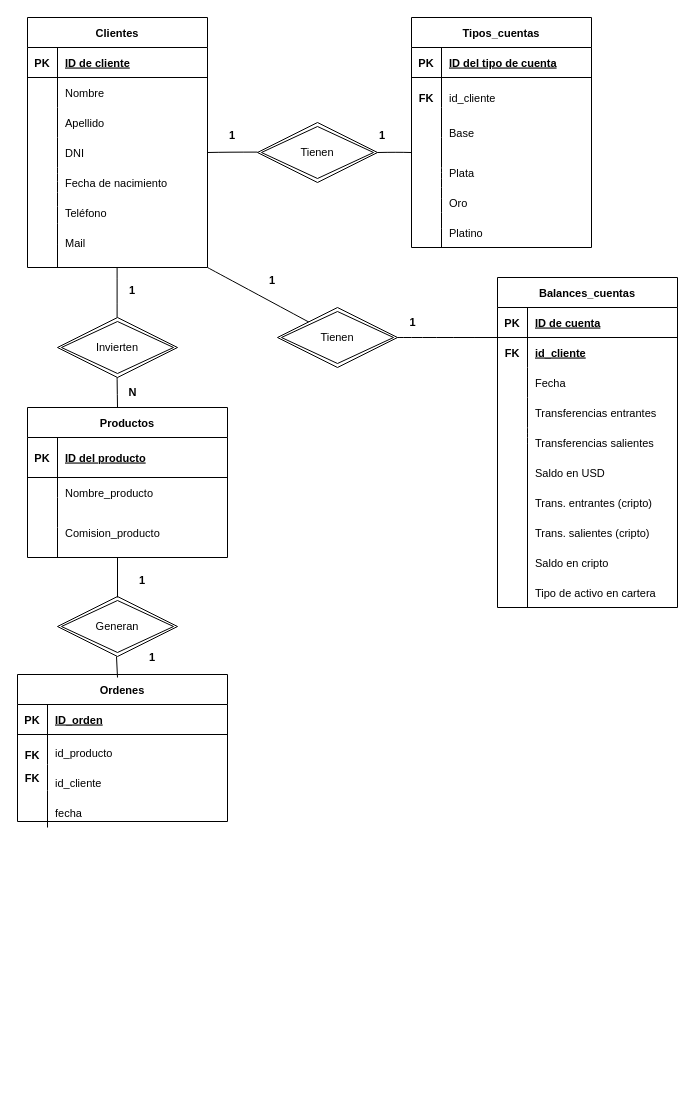
This is Hendel Sarmientoperez DER(2).drawio from chendel00/Curso-SQL-Coder, a draw.io file, before an edit. Source tidied: cells renumbered, new cells numbered last; positions are measured from the earlier drawing's top-left corner, leaving out a move shared by most shapes. Both pictures are drawn from the tidied source at 100%, with x=0, y=0 at pixel (17, 17).
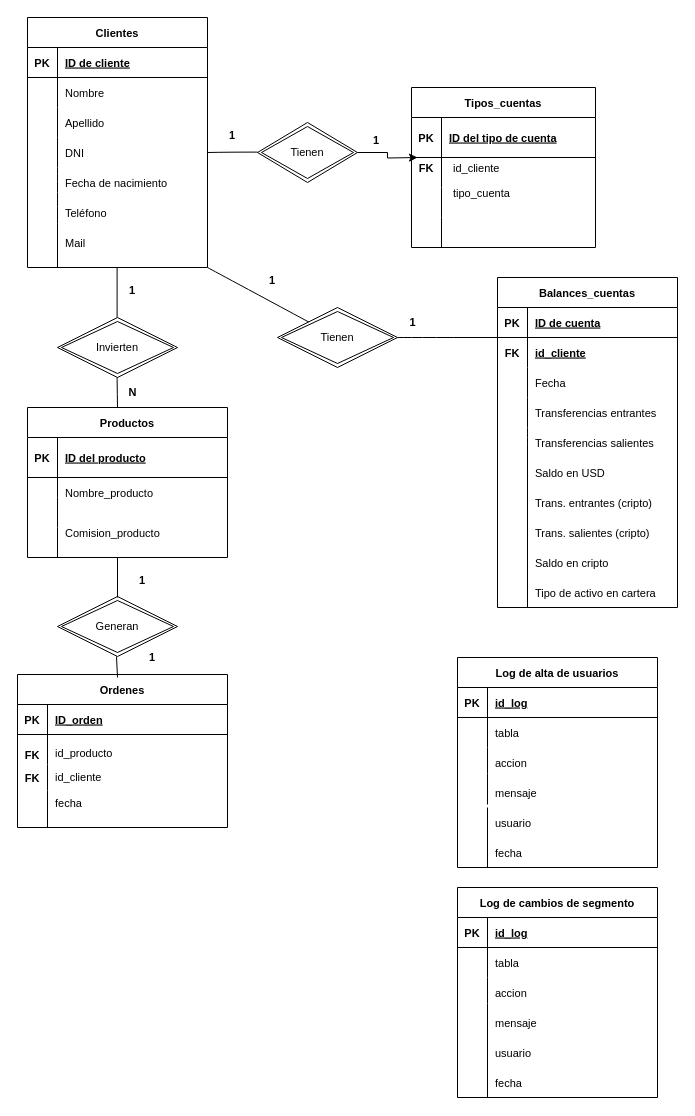
The same page after the edit.

Diff of the diagram source:
```diff
@@
+    <mxCell id="117" style="edgeStyle=orthogonalEdgeStyle;rounded=0;jettySize=auto;html=1;" parent="1" edge="1" source="20">
+      <mxGeometry relative="1" as="geometry">
+        <mxPoint x="400" y="140" as="targetPoint" />
+      </mxGeometry>
+    </mxCell>
     <mxCell id="20" value="Tienen" style="shape=rhombus;double=1;perimeter=rhombusPerimeter;whiteSpace=wrap;html=1;align=center;fontSize=11;" parent="1" vertex="1">
-      <mxGeometry x="240" y="105" width="120" height="60" as="geometry" />
+      <mxGeometry x="240" y="105" width="100" height="60" as="geometry" />
     </mxCell>
@@
-    <mxCell id="22" style="endArrow=none;html=1;rounded=0;fontSize=11;startSize=14;endSize=14;curved=1;exitX=1;exitY=0.5;exitDx=0;exitDy=0;entryX=0;entryY=0.5;entryDx=0;entryDy=0;" parent="1" edge="1">
-      <mxGeometry relative="1" as="geometry">
-        <mxPoint x="360" y="135" as="sourcePoint" />
-        <mxPoint x="393.5" y="135" as="targetPoint" />
-        <Array as="points">
-          <mxPoint x="380" y="134.6" />
-        </Array>
-      </mxGeometry>
-    </mxCell>
     <mxCell id="23" value="Tipos_cuentas" style="shape=table;startSize=30;childLayout=tableLayout;rowLines=0;fontStyle=1;align=center;fontSize=11;" parent="1" vertex="1">
-      <mxGeometry x="394" width="180" height="230" as="geometry" />
+      <mxGeometry x="394" y="70" width="184" height="160" as="geometry" />
     </mxCell>
     <mxCell id="24" style="shape=tableRow;horizontal=0;startSize=0;swimlaneHead=0;swimlaneBody=0;fillColor=none;top=0;left=0;right=0;bottom=1;fontSize=11;" parent="23" vertex="1">
-      <mxGeometry y="30" width="180" height="30" as="geometry" />
+      <mxGeometry y="30" width="184" height="40" as="geometry" />
     </mxCell>
     <mxCell id="25" value="PK" style="shape=partialRectangle;fillColor=none;top=0;left=0;bottom=0;right=0;fontStyle=1;overflow=hidden;fontSize=11;" parent="24" vertex="1">
-      <mxGeometry width="30" height="30" as="geometry" />
+      <mxGeometry width="30" height="40" as="geometry" />
     </mxCell>
     <mxCell id="26" value="ID del tipo de cuenta" style="shape=partialRectangle;fillColor=none;top=0;left=0;bottom=0;right=0;align=left;spacingLeft=6;fontStyle=5;overflow=hidden;fontSize=11;" parent="24" vertex="1">
-      <mxGeometry x="30" width="150" height="30" as="geometry" />
+      <mxGeometry x="30" width="154" height="40" as="geometry" />
     </mxCell>
     <mxCell id="27" style="shape=tableRow;horizontal=0;startSize=0;swimlaneHead=0;swimlaneBody=0;fillColor=none;top=0;left=0;right=0;bottom=0;fontSize=11;" parent="23" vertex="1">
-      <mxGeometry y="60" width="180" height="30" as="geometry" />
+      <mxGeometry y="70" width="184" height="30" as="geometry" />
     </mxCell>
@@
     <mxCell id="29" style="shape=partialRectangle;fillColor=none;top=0;left=0;bottom=0;right=0;align=left;spacingLeft=6;overflow=hidden;fontSize=11;" parent="27" vertex="1">
-      <mxGeometry x="30" width="150" height="30" as="geometry" />
+      <mxGeometry x="30" width="154" height="30" as="geometry" />
     </mxCell>
     <mxCell id="30" style="shape=tableRow;horizontal=0;startSize=0;swimlaneHead=0;swimlaneBody=0;fillColor=none;top=0;left=0;right=0;bottom=0;fontSize=11;" parent="23" vertex="1">
-      <mxGeometry y="90" width="180" height="30" as="geometry" />
+      <mxGeometry y="100" width="184" height="30" as="geometry" />
     </mxCell>
@@
     <mxCell id="32" style="shape=partialRectangle;fillColor=none;top=0;left=0;bottom=0;right=0;align=left;spacingLeft=6;overflow=hidden;fontSize=11;" parent="30" vertex="1">
-      <mxGeometry x="30" width="150" height="30" as="geometry" />
+      <mxGeometry x="30" width="154" height="30" as="geometry" />
     </mxCell>
     <mxCell id="33" style="shape=tableRow;horizontal=0;startSize=0;swimlaneHead=0;swimlaneBody=0;fillColor=none;top=0;left=0;right=0;bottom=0;fontSize=11;" parent="23" vertex="1">
-      <mxGeometry y="120" width="180" height="30" as="geometry" />
+      <mxGeometry y="130" width="184" height="30" as="geometry" />
     </mxCell>
@@
     <mxCell id="35" style="shape=partialRectangle;fillColor=none;top=0;left=0;bottom=0;right=0;align=left;spacingLeft=6;overflow=hidden;fontSize=11;" parent="33" vertex="1">
-      <mxGeometry x="30" width="150" height="30" as="geometry" />
+      <mxGeometry x="30" width="154" height="30" as="geometry" />
     </mxCell>
-    <mxCell id="36" style="endArrow=none;html=1;rounded=0;fontSize=11;startSize=14;endSize=14;curved=1;" parent="1" edge="1">
-      <mxGeometry relative="1" as="geometry">
-        <mxPoint x="424" y="150" as="sourcePoint" />
-        <mxPoint x="424" y="230" as="targetPoint" />
-      </mxGeometry>
-    </mxCell>
@@
-    <mxCell id="38" value="Platino" style="shape=partialRectangle;fillColor=none;top=0;left=0;bottom=0;right=0;align=left;spacingLeft=6;overflow=hidden;fontSize=11;" parent="1" vertex="1">
-      <mxGeometry x="424" y="200" width="150" height="30" as="geometry" />
-    </mxCell>
@@
-    <mxCell id="77" value="&lt;b&gt;1&lt;/b&gt;" style="text;whiteSpace=wrap;html=1;fontSize=11;" parent="1" vertex="1">
-      <mxGeometry x="360" y="105" width="40" height="40" as="geometry" />
-    </mxCell>
@@
-    <mxCell id="83" value="Oro" style="shape=partialRectangle;fillColor=none;top=0;left=0;bottom=0;right=0;align=left;spacingLeft=6;overflow=hidden;fontSize=11;" parent="1" vertex="1">
-      <mxGeometry x="424" y="170" width="150" height="30" as="geometry" />
-    </mxCell>
-    <mxCell id="84" value="Plata" style="shape=partialRectangle;fillColor=none;top=0;left=0;bottom=0;right=0;align=left;spacingLeft=6;overflow=hidden;fontSize=11;" parent="1" vertex="1">
-      <mxGeometry x="424" y="140" width="150" height="30" as="geometry" />
-    </mxCell>
-    <mxCell id="85" value="Base" style="shape=partialRectangle;fillColor=none;top=0;left=0;bottom=0;right=0;align=left;spacingLeft=6;overflow=hidden;fontSize=11;" parent="1" vertex="1">
-      <mxGeometry x="424" y="100" width="150" height="30" as="geometry" />
+    <mxCell id="85" value="tipo_cuenta" style="shape=partialRectangle;fillColor=none;top=0;left=0;bottom=0;right=0;align=left;spacingLeft=6;overflow=hidden;fontSize=11;" parent="1" vertex="1">
+      <mxGeometry x="428" y="160" width="150" height="30" as="geometry" />
     </mxCell>
     <mxCell id="86" value="FK" style="shape=partialRectangle;fillColor=none;top=0;left=0;bottom=0;right=0;fontStyle=1;overflow=hidden;fontSize=11;" parent="1" vertex="1">
-      <mxGeometry x="394" y="65" width="30" height="30" as="geometry" />
+      <mxGeometry x="394" y="135" width="30" height="30" as="geometry" />
     </mxCell>
     <mxCell id="87" value="id_cliente" style="shape=partialRectangle;fillColor=none;top=0;left=0;bottom=0;right=0;align=left;spacingLeft=6;overflow=hidden;fontSize=11;" parent="1" vertex="1">
-      <mxGeometry x="424" y="65" width="150" height="30" as="geometry" />
+      <mxGeometry x="428" y="135" width="150" height="30" as="geometry" />
     </mxCell>
@@
     <mxCell id="96" value="Ordenes" style="shape=table;startSize=30;childLayout=tableLayout;rowLines=0;fontStyle=1;align=center;fontSize=11;" parent="1" vertex="1">
-      <mxGeometry y="657" width="210" height="147" as="geometry" />
+      <mxGeometry y="657" width="210" height="153" as="geometry" />
     </mxCell>
@@
-    <mxCell id="112" value="id_cliente" style="shape=partialRectangle;fillColor=none;top=0;left=0;bottom=0;right=0;align=left;spacingLeft=6;overflow=hidden;fontSize=11;" parent="1" vertex="1">
-      <mxGeometry x="30" y="750" width="170" height="30" as="geometry" />
-    </mxCell>
     <mxCell id="113" value="fecha" style="shape=partialRectangle;fillColor=none;top=0;left=0;bottom=0;right=0;align=left;spacingLeft=6;overflow=hidden;fontSize=11;" parent="1" vertex="1">
-      <mxGeometry x="30" y="780" width="170" height="30" as="geometry" />
+      <mxGeometry x="30" y="770" width="170" height="30" as="geometry" />
     </mxCell>
@@
+    <mxCell id="77" value="&lt;b&gt;1&lt;/b&gt;" style="text;whiteSpace=wrap;html=1;fontSize=11;" parent="1" vertex="1">
+      <mxGeometry x="354" y="110" width="40" height="40" as="geometry" />
+    </mxCell>
+    <mxCell id="112" value="id_cliente" style="shape=partialRectangle;fillColor=none;top=0;left=0;bottom=0;right=0;align=left;spacingLeft=6;overflow=hidden;fontSize=11;" parent="1" vertex="1">
+      <mxGeometry x="30" y="744" width="170" height="30" as="geometry" />
+    </mxCell>
+    <mxCell id="118" value="Log de alta de usuarios" style="shape=table;startSize=30;childLayout=tableLayout;rowLines=0;fontStyle=1;align=center;fontSize=11;" parent="1" vertex="1">
+      <mxGeometry x="440" y="640" width="200" height="210" as="geometry" />
+    </mxCell>
+    <mxCell id="119" style="shape=tableRow;horizontal=0;startSize=0;swimlaneHead=0;swimlaneBody=0;fillColor=none;top=0;left=0;right=0;bottom=1;fontSize=11;" parent="118" vertex="1">
+      <mxGeometry y="30" width="200" height="30" as="geometry" />
+    </mxCell>
+    <mxCell id="120" value="PK" style="shape=partialRectangle;fillColor=none;top=0;left=0;bottom=0;right=0;fontStyle=1;overflow=hidden;fontSize=11;" parent="119" vertex="1">
+      <mxGeometry width="30" height="30" as="geometry" />
+    </mxCell>
+    <mxCell id="121" value="id_log" style="shape=partialRectangle;fillColor=none;top=0;left=0;bottom=0;right=0;align=left;spacingLeft=6;fontStyle=5;overflow=hidden;fontSize=11;" parent="119" vertex="1">
+      <mxGeometry x="30" width="170" height="30" as="geometry" />
+    </mxCell>
+    <mxCell id="122" style="shape=tableRow;horizontal=0;startSize=0;swimlaneHead=0;swimlaneBody=0;fillColor=none;top=0;left=0;right=0;bottom=0;fontSize=11;" parent="118" vertex="1">
+      <mxGeometry y="60" width="200" height="30" as="geometry" />
+    </mxCell>
+    <mxCell id="123" style="shape=partialRectangle;fillColor=none;top=0;left=0;bottom=0;right=0;overflow=hidden;fontSize=11;fontStyle=1;" parent="122" vertex="1">
+      <mxGeometry width="30" height="30" as="geometry" />
+    </mxCell>
+    <mxCell id="124" value="tabla" style="shape=partialRectangle;fillColor=none;top=0;left=0;bottom=0;right=0;align=left;spacingLeft=6;overflow=hidden;fontSize=11;" parent="122" vertex="1">
+      <mxGeometry x="30" width="170" height="30" as="geometry" />
+    </mxCell>
+    <mxCell id="125" style="shape=tableRow;horizontal=0;startSize=0;swimlaneHead=0;swimlaneBody=0;fillColor=none;top=0;left=0;right=0;bottom=0;fontSize=11;" parent="118" vertex="1">
+      <mxGeometry y="90" width="200" height="26" as="geometry" />
+    </mxCell>
+    <mxCell id="126" style="shape=partialRectangle;fillColor=none;top=0;left=0;bottom=0;right=0;overflow=hidden;fontSize=11;fontStyle=1;" parent="125" vertex="1">
+      <mxGeometry width="30" height="26" as="geometry" />
+    </mxCell>
+    <mxCell id="127" style="shape=partialRectangle;fillColor=none;top=0;left=0;bottom=0;right=0;align=left;spacingLeft=6;overflow=hidden;fontSize=11;" parent="125" vertex="1">
+      <mxGeometry x="30" width="170" height="26" as="geometry" />
+    </mxCell>
+    <mxCell id="128" style="shape=tableRow;horizontal=0;startSize=0;swimlaneHead=0;swimlaneBody=0;fillColor=none;top=0;left=0;right=0;bottom=0;fontSize=11;" parent="118" vertex="1">
+      <mxGeometry y="116" width="200" height="31" as="geometry" />
+    </mxCell>
+    <mxCell id="129" style="shape=partialRectangle;fillColor=none;top=0;left=0;bottom=0;right=0;overflow=hidden;fontSize=11;" parent="128" vertex="1">
+      <mxGeometry width="30" height="31" as="geometry" />
+    </mxCell>
+    <mxCell id="130" style="shape=partialRectangle;fillColor=none;top=0;left=0;bottom=0;right=0;align=left;spacingLeft=6;overflow=hidden;fontSize=11;" parent="128" vertex="1">
+      <mxGeometry x="30" width="170" height="31" as="geometry" />
+    </mxCell>
+    <mxCell id="131" value="accion" style="shape=partialRectangle;fillColor=none;top=0;left=0;bottom=0;right=0;align=left;spacingLeft=6;overflow=hidden;fontSize=11;" parent="1" vertex="1">
+      <mxGeometry x="470" y="730" width="180" height="30" as="geometry" />
+    </mxCell>
+    <mxCell id="132" value="mensaje" style="shape=partialRectangle;fillColor=none;top=0;left=0;bottom=0;right=0;align=left;spacingLeft=6;overflow=hidden;fontSize=11;" parent="1" vertex="1">
+      <mxGeometry x="470" y="760" width="180" height="30" as="geometry" />
+    </mxCell>
+    <mxCell id="133" value="usuario" style="shape=partialRectangle;fillColor=none;top=0;left=0;bottom=0;right=0;align=left;spacingLeft=6;overflow=hidden;fontSize=11;" parent="1" vertex="1">
+      <mxGeometry x="470" y="790" width="180" height="30" as="geometry" />
+    </mxCell>
+    <mxCell id="134" value="fecha" style="shape=partialRectangle;fillColor=none;top=0;left=0;bottom=0;right=0;align=left;spacingLeft=6;overflow=hidden;fontSize=11;" parent="1" vertex="1">
+      <mxGeometry x="470" y="820" width="180" height="30" as="geometry" />
+    </mxCell>
+    <mxCell id="135" style="endArrow=none;html=1;rounded=0;" parent="1" edge="1">
+      <mxGeometry relative="1" as="geometry">
+        <mxPoint x="470" y="850" as="sourcePoint" />
+        <mxPoint x="470" y="790" as="targetPoint" />
+      </mxGeometry>
+    </mxCell>
+    <mxCell id="136" value="Log de cambios de segmento" style="shape=table;startSize=30;childLayout=tableLayout;rowLines=0;fontStyle=1;align=center;fontSize=11;" parent="1" vertex="1">
+      <mxGeometry x="440" y="870" width="200" height="210" as="geometry" />
+    </mxCell>
+    <mxCell id="137" style="shape=tableRow;horizontal=0;startSize=0;swimlaneHead=0;swimlaneBody=0;fillColor=none;top=0;left=0;right=0;bottom=1;fontSize=11;" parent="136" vertex="1">
+      <mxGeometry y="30" width="200" height="30" as="geometry" />
+    </mxCell>
+    <mxCell id="138" value="PK" style="shape=partialRectangle;fillColor=none;top=0;left=0;bottom=0;right=0;fontStyle=1;overflow=hidden;fontSize=11;" parent="137" vertex="1">
+      <mxGeometry width="30" height="30" as="geometry" />
+    </mxCell>
+    <mxCell id="139" value="id_log" style="shape=partialRectangle;fillColor=none;top=0;left=0;bottom=0;right=0;align=left;spacingLeft=6;fontStyle=5;overflow=hidden;fontSize=11;" parent="137" vertex="1">
+      <mxGeometry x="30" width="170" height="30" as="geometry" />
+    </mxCell>
+    <mxCell id="140" style="shape=tableRow;horizontal=0;startSize=0;swimlaneHead=0;swimlaneBody=0;fillColor=none;top=0;left=0;right=0;bottom=0;fontSize=11;" parent="136" vertex="1">
+      <mxGeometry y="60" width="200" height="30" as="geometry" />
+    </mxCell>
+    <mxCell id="141" style="shape=partialRectangle;fillColor=none;top=0;left=0;bottom=0;right=0;overflow=hidden;fontSize=11;fontStyle=1;" parent="140" vertex="1">
+      <mxGeometry width="30" height="30" as="geometry" />
+    </mxCell>
+    <mxCell id="142" value="tabla" style="shape=partialRectangle;fillColor=none;top=0;left=0;bottom=0;right=0;align=left;spacingLeft=6;overflow=hidden;fontSize=11;" parent="140" vertex="1">
+      <mxGeometry x="30" width="170" height="30" as="geometry" />
+    </mxCell>
+    <mxCell id="143" style="shape=tableRow;horizontal=0;startSize=0;swimlaneHead=0;swimlaneBody=0;fillColor=none;top=0;left=0;right=0;bottom=0;fontSize=11;" parent="136" vertex="1">
+      <mxGeometry y="90" width="200" height="26" as="geometry" />
+    </mxCell>
+    <mxCell id="144" style="shape=partialRectangle;fillColor=none;top=0;left=0;bottom=0;right=0;overflow=hidden;fontSize=11;fontStyle=1;" parent="143" vertex="1">
+      <mxGeometry width="30" height="26" as="geometry" />
+    </mxCell>
+    <mxCell id="145" style="shape=partialRectangle;fillColor=none;top=0;left=0;bottom=0;right=0;align=left;spacingLeft=6;overflow=hidden;fontSize=11;" parent="143" vertex="1">
+      <mxGeometry x="30" width="170" height="26" as="geometry" />
+    </mxCell>
+    <mxCell id="146" style="shape=tableRow;horizontal=0;startSize=0;swimlaneHead=0;swimlaneBody=0;fillColor=none;top=0;left=0;right=0;bottom=0;fontSize=11;" parent="136" vertex="1">
+      <mxGeometry y="116" width="200" height="31" as="geometry" />
+    </mxCell>
+    <mxCell id="147" style="shape=partialRectangle;fillColor=none;top=0;left=0;bottom=0;right=0;overflow=hidden;fontSize=11;" parent="146" vertex="1">
+      <mxGeometry width="30" height="31" as="geometry" />
+    </mxCell>
+    <mxCell id="148" style="shape=partialRectangle;fillColor=none;top=0;left=0;bottom=0;right=0;align=left;spacingLeft=6;overflow=hidden;fontSize=11;" parent="146" vertex="1">
+      <mxGeometry x="30" width="170" height="31" as="geometry" />
+    </mxCell>
+    <mxCell id="149" style="endArrow=none;html=1;rounded=0;" parent="1" edge="1">
+      <mxGeometry relative="1" as="geometry">
+        <mxPoint x="470" y="1080" as="sourcePoint" />
+        <mxPoint x="470" y="1000" as="targetPoint" />
+      </mxGeometry>
+    </mxCell>
+    <mxCell id="150" value="accion" style="shape=partialRectangle;fillColor=none;top=0;left=0;bottom=0;right=0;align=left;spacingLeft=6;overflow=hidden;fontSize=11;" parent="1" vertex="1">
+      <mxGeometry x="470" y="960" width="180" height="30" as="geometry" />
+    </mxCell>
+    <mxCell id="151" value="mensaje" style="shape=partialRectangle;fillColor=none;top=0;left=0;bottom=0;right=0;align=left;spacingLeft=6;overflow=hidden;fontSize=11;" parent="1" vertex="1">
+      <mxGeometry x="470" y="990" width="180" height="30" as="geometry" />
+    </mxCell>
+    <mxCell id="152" value="usuario" style="shape=partialRectangle;fillColor=none;top=0;left=0;bottom=0;right=0;align=left;spacingLeft=6;overflow=hidden;fontSize=11;" parent="1" vertex="1">
+      <mxGeometry x="470" y="1020" width="180" height="30" as="geometry" />
+    </mxCell>
+    <mxCell id="153" value="fecha" style="shape=partialRectangle;fillColor=none;top=0;left=0;bottom=0;right=0;align=left;spacingLeft=6;overflow=hidden;fontSize=11;" parent="1" vertex="1">
+      <mxGeometry x="470" y="1050" width="180" height="30" as="geometry" />
+    </mxCell>
```
